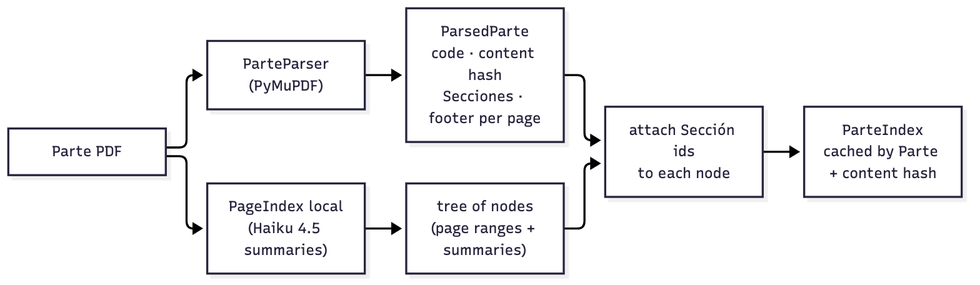
Above: docs/diagrams/indexing.png in Guernik/raac-rag (Mermaid), before the change. Its source is kept beside it as docs/diagrams/indexing.mmd.
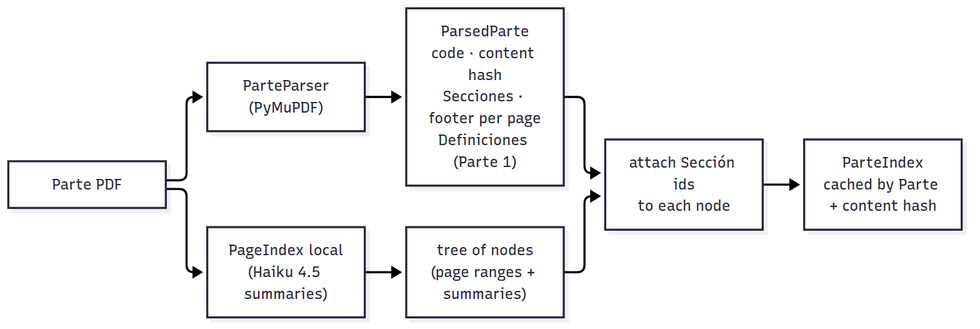
Later version of the same file.

Diff of the diagram source:
```diff
@@ -1,6 +1,6 @@
 flowchart LR
     pdf["Parte PDF"] --> parse["ParteParser<br/>(PyMuPDF)"]
-    parse --> pp["ParsedParte<br/>code · content hash<br/>Secciones · footer per page"]
+    parse --> pp["ParsedParte<br/>code · content hash<br/>Secciones · footer per page<br/>Definiciones (Parte 1)"]
     pdf --> pi["PageIndex local<br/>(Haiku 4.5 summaries)"]
     pi --> tree["tree of nodes<br/>(page ranges + summaries)"]
     pp --> attach["attach Sección ids<br/>to each node"]
```
